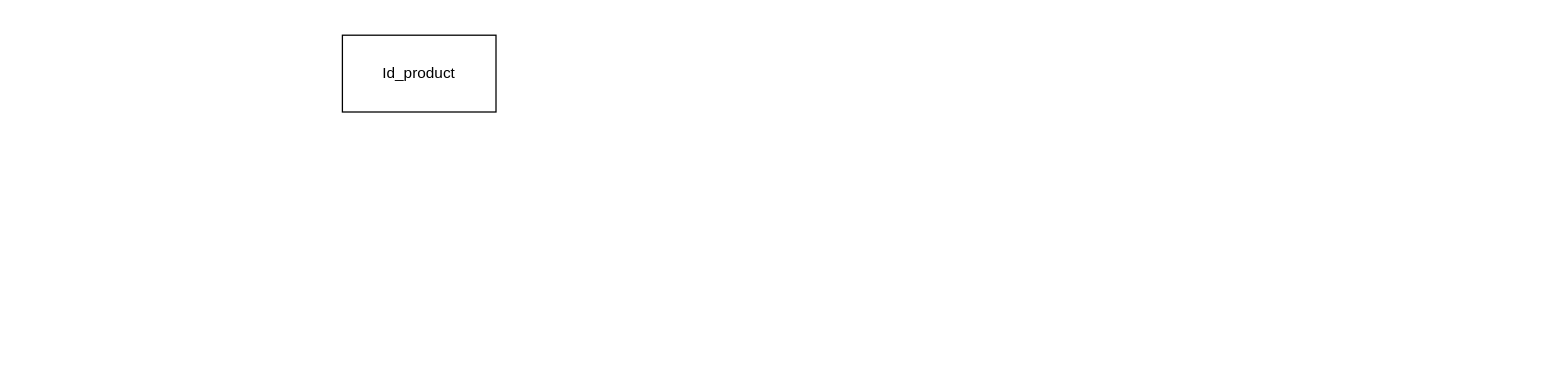
The draw.io diagram Untitled Diagram.drawio in takachan0012/draw.io, before the edit. Source tidied: cells renumbered, new cells numbered last; positions are measured from the earlier drawing's top-left corner, leaving out a move shared by most shapes. Both pictures are drawn from the tidied source at 128%, with x=0, y=0 at pixel (342, 35).
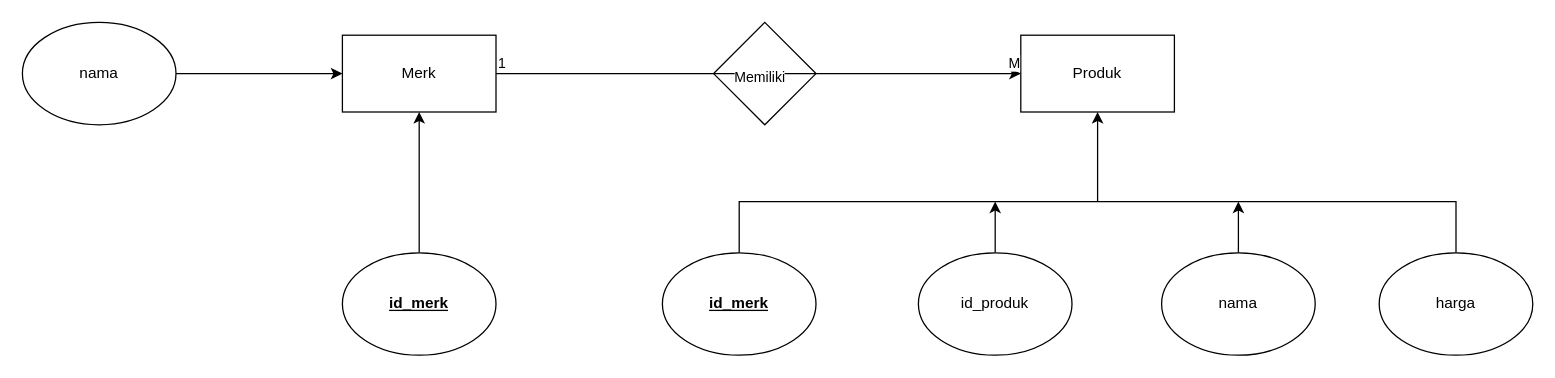
The same page after the edit.

Commit message:
relasi merk to produk

Change to the diagram source:
```diff
@@
-    <mxCell id="2" value="Id_product" style="rounded=0;whiteSpace=wrap;html=1;" parent="1" vertex="1">
+    <mxCell id="2" value="Merk" style="rounded=0;whiteSpace=wrap;html=1;" parent="1" vertex="1">
       <mxGeometry width="120" height="60" as="geometry" />
     </mxCell>
+    <mxCell id="3" value="Produk" style="rounded=0;whiteSpace=wrap;html=1;" parent="1" vertex="1">
+      <mxGeometry x="530" width="120" height="60" as="geometry" />
+    </mxCell>
+    <mxCell id="4" style="edgeStyle=orthogonalEdgeStyle;rounded=0;jettySize=auto;html=1;" parent="1" edge="1" source="5" target="2">
+      <mxGeometry relative="1" as="geometry" />
+    </mxCell>
+    <mxCell id="5" value="&lt;b&gt;&lt;u&gt;id_merk&lt;/u&gt;&lt;/b&gt;" style="ellipse;whiteSpace=wrap;html=1;" parent="1" vertex="1">
+      <mxGeometry y="170" width="120" height="80" as="geometry" />
+    </mxCell>
+    <mxCell id="6" style="edgeStyle=orthogonalEdgeStyle;rounded=0;jettySize=auto;html=1;" parent="1" edge="1" source="7" target="2">
+      <mxGeometry relative="1" as="geometry" />
+    </mxCell>
+    <mxCell id="7" value="nama" style="ellipse;whiteSpace=wrap;html=1;" parent="1" vertex="1">
+      <mxGeometry x="-250" y="-10" width="120" height="80" as="geometry" />
+    </mxCell>
+    <mxCell id="8" value="&lt;b&gt;&lt;u&gt;id_merk&lt;/u&gt;&lt;/b&gt;" style="ellipse;whiteSpace=wrap;html=1;" parent="1" vertex="1">
+      <mxGeometry x="250" y="170" width="120" height="80" as="geometry" />
+    </mxCell>
+    <mxCell id="9" style="edgeStyle=orthogonalEdgeStyle;rounded=0;jettySize=auto;html=1;" parent="1" edge="1" source="10">
+      <mxGeometry relative="1" as="geometry">
+        <mxPoint x="510" y="130" as="targetPoint" />
+      </mxGeometry>
+    </mxCell>
+    <mxCell id="10" value="id_produk" style="ellipse;whiteSpace=wrap;html=1;" parent="1" vertex="1">
+      <mxGeometry x="450" y="170" width="120" height="80" as="geometry" />
+    </mxCell>
+    <mxCell id="11" style="edgeStyle=orthogonalEdgeStyle;rounded=0;jettySize=auto;html=1;" parent="1" edge="1" source="12">
+      <mxGeometry relative="1" as="geometry">
+        <mxPoint x="700" y="130" as="targetPoint" />
+      </mxGeometry>
+    </mxCell>
+    <mxCell id="12" value="nama" style="ellipse;whiteSpace=wrap;html=1;" parent="1" vertex="1">
+      <mxGeometry x="640" y="170" width="120" height="80" as="geometry" />
+    </mxCell>
+    <mxCell id="13" style="rhombus;whiteSpace=wrap;html=1;" parent="1" vertex="1">
+      <mxGeometry x="290" y="-10" width="80" height="80" as="geometry" />
+    </mxCell>
+    <mxCell id="14" value="harga" style="ellipse;whiteSpace=wrap;html=1;" parent="1" vertex="1">
+      <mxGeometry x="810" y="170" width="120" height="80" as="geometry" />
+    </mxCell>
+    <mxCell id="15" style="endArrow=none;html=1;rounded=0;exitX=0.5;exitY=0;exitDx=0;exitDy=0;entryX=0.5;entryY=0;entryDx=0;entryDy=0;" parent="1" edge="1" source="8" target="14">
+      <mxGeometry relative="1" as="geometry">
+        <Array as="points">
+          <mxPoint x="310" y="130" />
+          <mxPoint x="870" y="130" />
+        </Array>
+      </mxGeometry>
+    </mxCell>
+    <mxCell id="16" style="endArrow=classic;html=1;rounded=0;entryX=0.5;entryY=1;entryDx=0;entryDy=0;" parent="1" edge="1" target="3">
+      <mxGeometry relative="1" as="geometry">
+        <mxPoint x="590" y="130" as="sourcePoint" />
+      </mxGeometry>
+    </mxCell>
+    <mxCell id="17" style="endArrow=classic;html=1;rounded=0;exitX=1;exitY=0.5;exitDx=0;exitDy=0;entryX=0;entryY=0.5;entryDx=0;entryDy=0;" parent="1" edge="1" source="2" target="3">
+      <mxGeometry relative="1" as="geometry" />
+    </mxCell>
+    <mxCell id="18" value="1" style="edgeLabel;html=1;align=left;verticalAlign=bottom;" parent="17" vertex="1">
+      <mxGeometry x="-1" relative="1" as="geometry" />
+    </mxCell>
+    <mxCell id="19" value="M" style="edgeLabel;html=1;align=right;verticalAlign=bottom;" parent="17" vertex="1">
+      <mxGeometry x="1" relative="1" as="geometry" />
+    </mxCell>
+    <mxCell id="20" value="Memiliki" style="edgeLabel;html=1;align=center;verticalAlign=middle;" parent="17" vertex="1">
+      <mxGeometry y="-2" relative="1" as="geometry" />
+    </mxCell>
```
